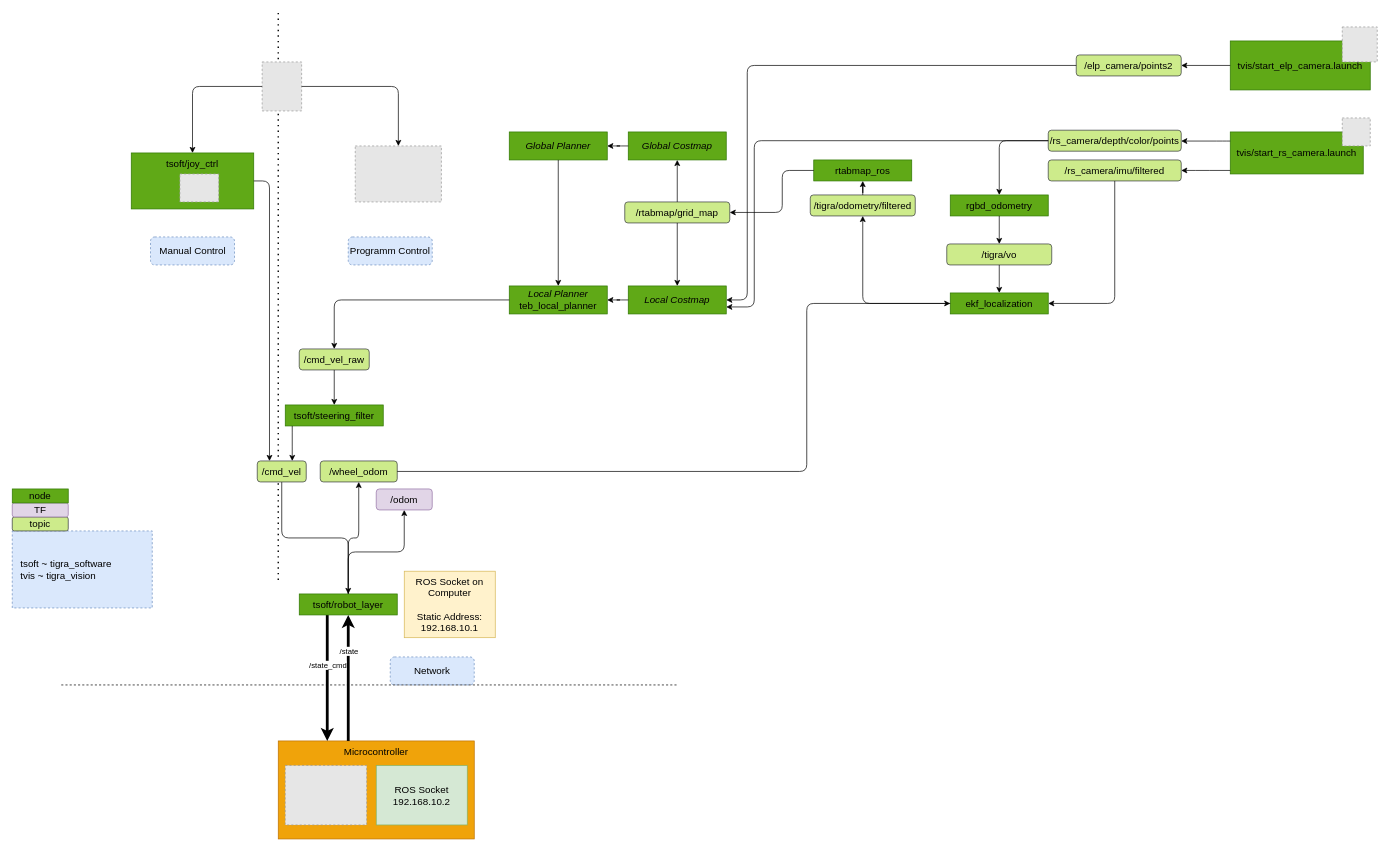
The draw.io diagram docs/Architecture.drawio in lsd-maddrive/tigra-project, before the edit. Source tidied: cells renumbered, new cells numbered last; positions are measured from the earlier drawing's top-left corner, leaving out a move shared by most shapes. Both pictures are drawn from the tidied source at 70%, with x=0, y=0 at pixel (12, 13). Pictures stored in the file or linked from it are replaced by grey dashed boxes.
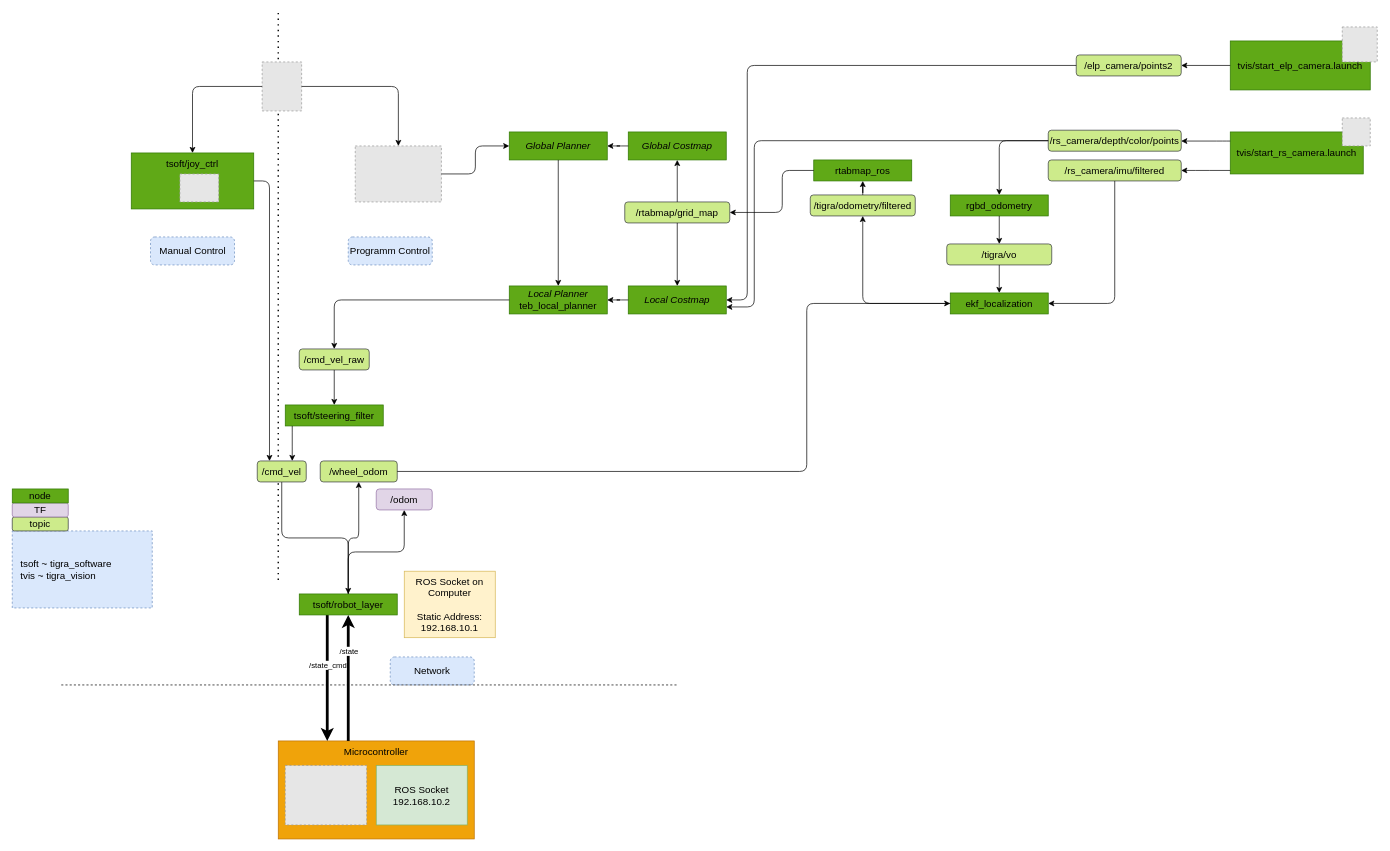
The same page after the edit.

Commit message:
Added target link

Unchanged cells that the change refers to:
```xml
<mxCell id="27" style="fillColor=#E6E6E6;strokeColor=#999999;dashed=1;verticalLabelPosition=bottom;labelBackgroundColor=#ffffff;verticalAlign=top;" parent="1" vertex="1">
  <mxGeometry x="490" y="190" width="123.1" height="80" as="geometry" />
</mxCell>
<mxCell id="57" value="&lt;i&gt;Global Planner&lt;/i&gt;" style="rounded=0;whiteSpace=wrap;html=1;fillColor=#60a917;strokeColor=#2D7600;fontSize=14;fontColor=#000000;" parent="1" vertex="1">
  <mxGeometry x="710" y="170" width="140" height="40" as="geometry" />
</mxCell>
```

Diff of the diagram source:
```diff
@@
+    <mxCell id="73" style="rounded=1;jettySize=auto;html=1;fontSize=14;fontColor=#000000;sketch=0;edgeStyle=orthogonalEdgeStyle;" parent="1" edge="1" source="27" target="57">
+      <mxGeometry relative="1" as="geometry" />
+    </mxCell>
```
